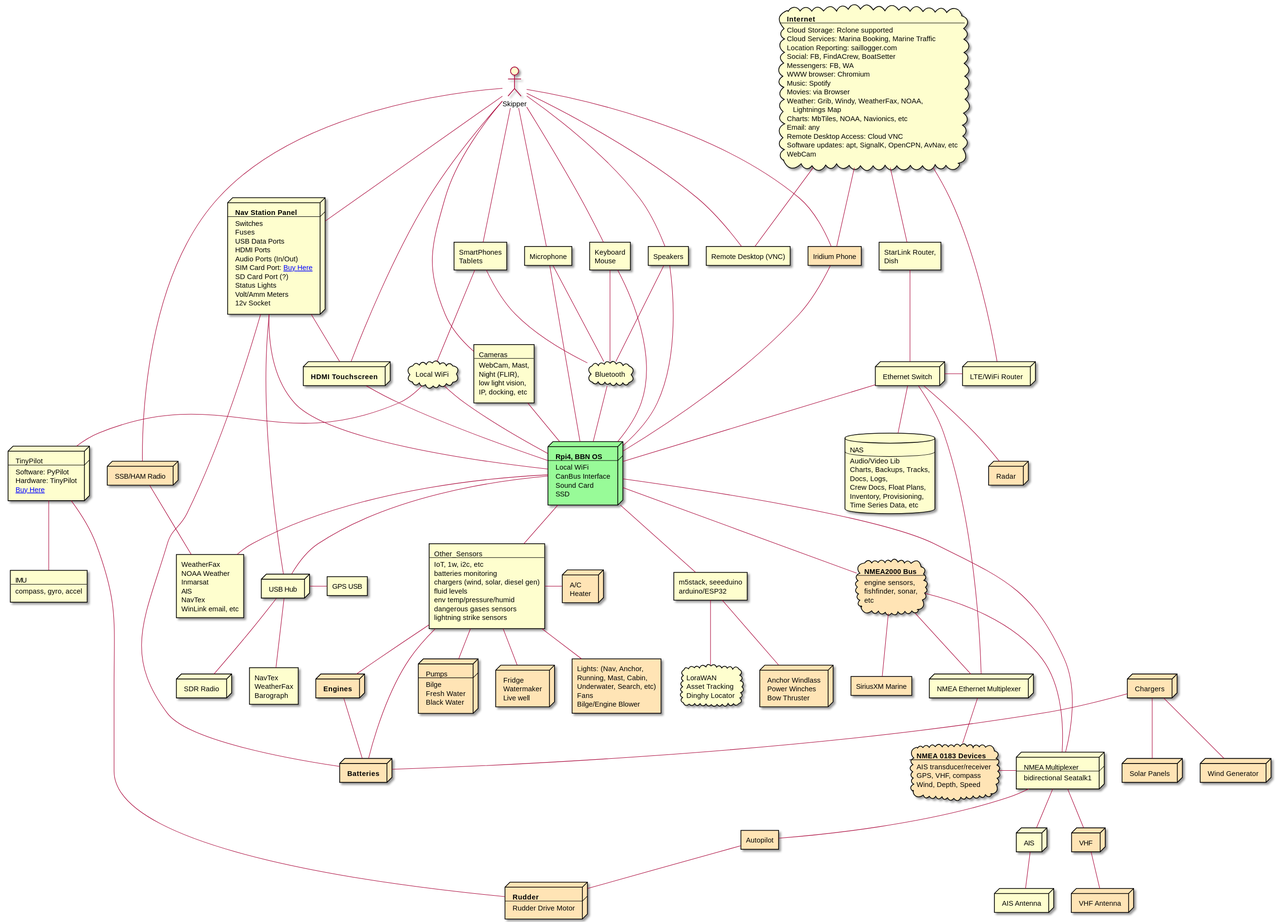
bareboat-necessities/my-bareboat keeps this PlantUML diagram as docs/images/system-arch.svg. Above is the earlier version. The source it was exported from:
```plantuml
@startuml

actor Skipper [
 Skipper
]

node Panel [
 <b>Nav Station Panel
 ----
 Switches
 Fuses
 USB Data Ports
 HDMI Ports
 Audio Ports (In/Out)
 SIM Card Port: [[https://www.data-alliance.net/cable-gland-for-fiber-usb-sim-terminal-block-waterproof-ip67-feed-thru/ Buy Here]]
 SD Card Port (?)
 Status Lights
 Volt/Amm Meters
 12v Socket
]

node Batteries #moccasin [
 <b>Batteries
]

node Chargers #moccasin [
 Chargers
]

node Engines #moccasin [
 <b>Engines
]

node Antenna_VHF #moccasin [
  VHF Antenna
]

node AIS [
  AIS
]

node Antenna_AIS [
  AIS Antenna
]

node Solar_Pan #moccasin [
  Solar Panels
]

node Wind_Gen #moccasin [
  Wind Generator
]

node RPI #palegreen [
 <b>Rpi4, BBN OS
 ----
 Local WiFi
 CanBus Interface
 Sound Card
 SSD
]

rectangle GPS [
 GPS USB
]

rectangle IMU [
 IMU
 ----
 compass, gyro, accel
]

cloud NMEA_2000 #moccasin [
 <b>NMEA2000 Bus
 ----
 engine sensors,
 fishfinder, sonar,
 etc
]

node NMEA_Mux [
 NMEA Multiplexer
 ----
 bidirectional Seatalk1
]

node NMEA_Eth_Mux [
 NMEA Ethernet Multiplexer
]

cloud NMEA_0183 #moccasin [
 <b>NMEA 0183 Devices
 ----
 AIS transducer/receiver
 GPS, VHF, compass
 Wind, Depth, Speed
]

rectangle AP #moccasin [
 Autopilot
]

node Eth_Hub [
 Ethernet Switch
]

node USB_Hub [
 USB Hub
]

node Router [
 LTE/WiFi Router
]

rectangle Dish_Router [
 StarLink Router,
 Dish
]

node Radar #moccasin [
 Radar
]

node Touchscreen [
 <b>HDMI Touchscreen
]

rectangle Speakers [
 Speakers
]

rectangle Mic [
 Microphone
]

rectangle Cameras [
 Cameras
 ----
 WebCam, Mast,
 Night (FLIR),
 low light vision,
 IP, docking, etc
]

node SDR [
 SDR Radio
]

node SSB #moccasin [
 SSB/HAM Radio
]

cloud WiFi_Local [
 Local WiFi
]

cloud Bluetooth [
 Bluetooth
]

rectangle Iridium #moccasin [
 Iridium Phone
]

rectangle Other_Sensors [
 Other_Sensors
 ----
 IoT, 1w, i2c, etc
 batteries monitoring
 chargers (wind, solar, diesel gen)
 fluid levels
 env temp/pressure/humid
 dangerous gases sensors
 lightning strike sensors
]

rectangle Remote_Desktop [
 Remote Desktop (VNC)
]

node VHF #moccasin [
 VHF
]

node AC #moccasin [
 A/C
 Heater
]

node Pumps #moccasin [
 Pumps
 ----
 Bilge
 Fresh Water
 Black Water
]

node Fridge #moccasin [
 Fridge
 Watermaker
 Live well
]

rectangle Lights_Fans #moccasin [
 Lights: (Nav, Anchor,
 Running, Mast, Cabin,
 Underwater, Search, etc)
 Fans
 Bilge/Engine Blower
]

rectangle Keyboard_Mouse [
 Keyboard
 Mouse
]

rectangle Weather [
 NavTex
 WeatherFax
 Barograph
]

rectangle SiriusXM #moccasin [
 SiriusXM Marine
]

rectangle SmartPhone [
 SmartPhones
 Tablets
]

database NAS [
 NAS
 ----
 Audio/Video Lib
 Charts, Backups, Tracks,
 Docs, Logs,
 Crew Docs, Float Plans,
 Inventory, Provisioning,
 Time Series Data, etc
]

node Winches #moccasin [
 Anchor Windlass
 Power Winches
 Bow Thruster
]

cloud Cloud_Internet [
 <b>Internet
 ----
 Cloud Storage: Rclone supported
 Cloud Services: Marina Booking, Marine Traffic
 Location Reporting: saillogger.com
 Social: FB, FindACrew, BoatSetter
 Messengers: FB, WA
 WWW browser: Chromium
 Music: Spotify
 Movies: via Browser
 Weather: Grib, Windy, WeatherFax, NOAA,
    Lightnings Map
 Charts: MbTiles, NOAA, Navionics, etc
 Email: any
 Remote Desktop Access: Cloud VNC
 Software updates: apt, SignalK, OpenCPN, AvNav, etc
 WebCam
]

cloud Lora [
 LoraWAN
 Asset Tracking
 Dinghy Locator
]

rectangle Esp32 [
 m5stack, seeeduino
 arduino/ESP32
]

rectangle Radio_Data [
 WeatherFax
 NOAA Weather
 Inmarsat
 AIS
 NavTex
 WinLink email, etc
]

node AP_2 [
 TinyPilot
 ---
 Software: PyPilot
 Hardware: TinyPilot
 [[https://pypilot.org/store Buy Here]]
]

node Rudder #moccasin [
 <b>Rudder
 ----
 Rudder Drive Motor
]

RPI -- NMEA_2000
RPI -- NMEA_Mux
RPI -u- Eth_Hub
RPI -- USB_Hub
RPI -u- Touchscreen
RPI -u- Cameras
RPI -u- Speakers
RPI -u- Mic
RPI -u- Iridium
RPI -- Other_Sensors
RPI -d- Esp32
RPI -u- WiFi_Local
RPI -u- Keyboard_Mouse
RPI -l- Panel

Radio_Data -u- RPI
Radio_Data -u- SSB

Bluetooth -u- Speakers
Bluetooth -u- Keyboard_Mouse
Bluetooth -u- Mic
Bluetooth -u- SmartPhone
Bluetooth -r- RPI

Panel -- Touchscreen
Panel -- USB_Hub
Panel -- Batteries

SmartPhone -- WiFi_Local
AP_2 -u- WiFi_Local

NMEA_2000 -- SiriusXM
NMEA_2000 -- NMEA_Mux
NMEA_2000 -- NMEA_Eth_Mux

VHF -u- NMEA_Mux
AIS -u- NMEA_Mux

Eth_Hub -r- Router
Eth_Hub -- Radar
Eth_Hub -- NAS
Eth_Hub -- NMEA_Eth_Mux
Eth_Hub -u- Dish_Router

USB_Hub -- SDR
USB_Hub -- Weather
USB_Hub -r- GPS

Other_Sensors -r- AC
Other_Sensors -- Fridge
Other_Sensors -- Lights_Fans
Other_Sensors -- Pumps

NMEA_Mux -l- NMEA_0183
NMEA_Eth_Mux -- NMEA_0183
NMEA_Mux -- AP

AP -- Rudder
AP_2 -- Rudder
AP_2 -- IMU

Esp32 -- Lora
Esp32 -- Winches

Cloud_Internet -- Dish_Router
Cloud_Internet -- Router
Cloud_Internet -- Iridium
Cloud_Internet -- Remote_Desktop

Skipper -- Touchscreen
Skipper -- Speakers
Skipper -- Mic
Skipper -- Cameras
Skipper -- Iridium
Skipper -- SSB
Skipper -- SmartPhone
Skipper -- Keyboard_Mouse
Skipper -- Remote_Desktop
Skipper -- Panel

Chargers -- Solar_Pan
Chargers -- Batteries
Chargers -- Wind_Gen
Engines -- Batteries

VHF -- Antenna_VHF
AIS -- Antenna_AIS

Other_Sensors -- Engines
Other_Sensors -- Batteries

@enduml
```
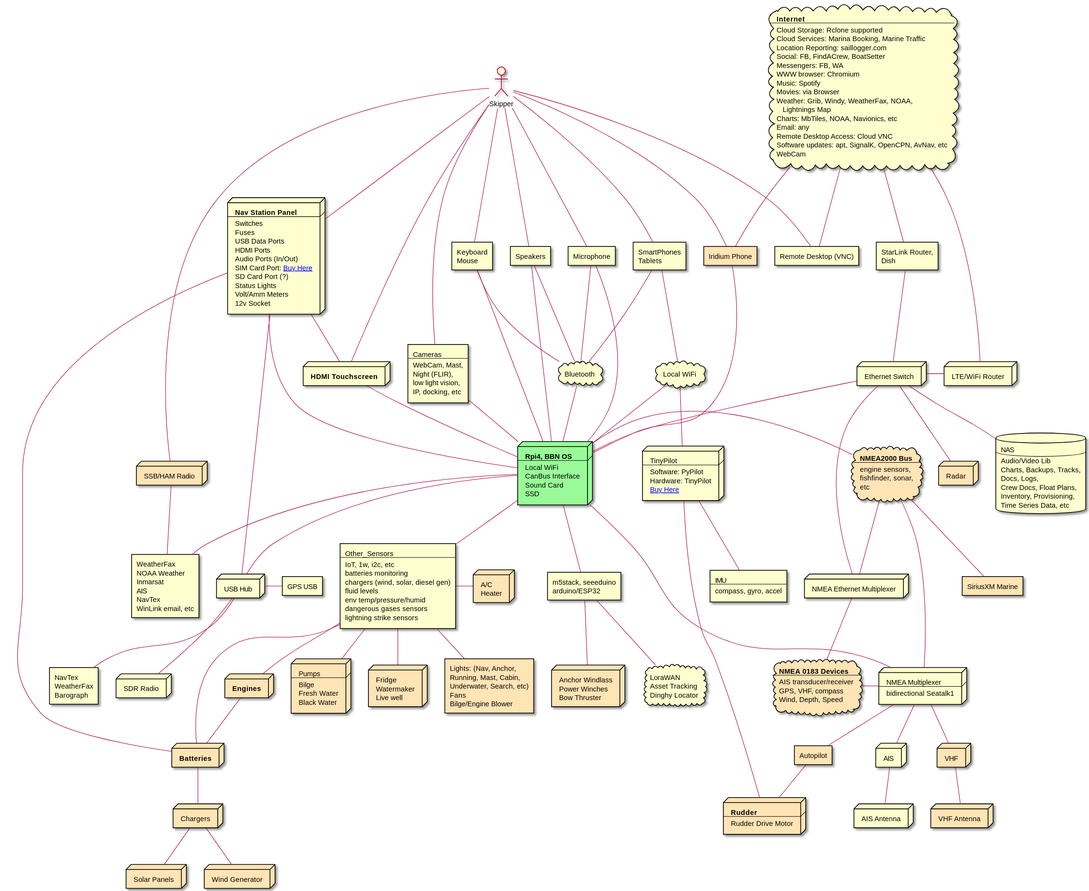
After the change.

What changed in the source:
```diff
@@ -300,7 +300,7 @@
  Rudder Drive Motor
 ]
 
-RPI -- NMEA_2000
+RPI -r- NMEA_2000
 RPI -- NMEA_Mux
 RPI -u- Eth_Hub
 RPI -- USB_Hub
@@ -381,7 +381,7 @@
 Skipper -- Panel
 
 Chargers -- Solar_Pan
-Chargers -- Batteries
+Chargers -u- Batteries
 Chargers -- Wind_Gen
 Engines -- Batteries
 
```
